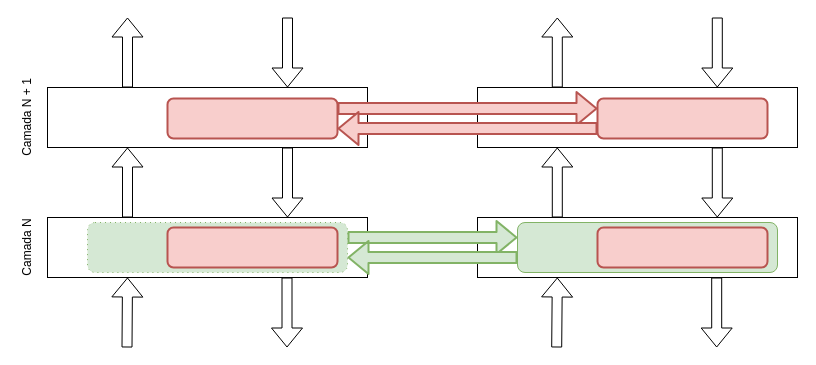
lasarojc/ds_notes keeps this draw.io diagram as page "Page-1" (1 of 3) of docs/drawings/pilha.drawio. Above is the earlier version. Source tidied: cells renumbered, new cells numbered last; positions are measured from the earlier drawing's top-left corner, leaving out a move shared by most shapes. Both pictures are drawn from the tidied source at 100%, with x=0, y=0 at pixel (-13, 17).
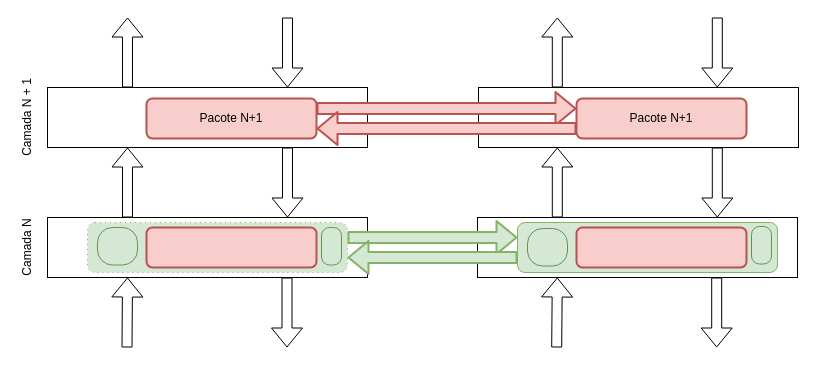
The same diagram, later.

What changed in the source:
```diff
@@
     <mxCell id="3" style="rounded=0;whiteSpace=wrap;html=1;" parent="1" vertex="1">
-      <mxGeometry x="490" y="70" width="320" height="60" as="geometry" />
+      <mxGeometry x="491" y="70" width="320" height="60" as="geometry" />
     </mxCell>
@@
     <mxCell id="16" style="rounded=1;whiteSpace=wrap;html=1;fillColor=#f8cecc;strokeColor=#b85450;strokeWidth=2;" parent="1" vertex="1">
-      <mxGeometry x="180" y="210" width="170" height="40" as="geometry" />
+      <mxGeometry x="159" y="210" width="170" height="40" as="geometry" />
     </mxCell>
     <mxCell id="17" style="rounded=1;whiteSpace=wrap;html=1;fillColor=#f8cecc;strokeColor=#b85450;strokeWidth=2;" parent="1" vertex="1">
-      <mxGeometry x="610" y="210" width="170" height="40" as="geometry" />
+      <mxGeometry x="589" y="210" width="170" height="40" as="geometry" />
     </mxCell>
@@
-    <mxCell id="19" style="rounded=1;whiteSpace=wrap;html=1;strokeColor=#b85450;fillColor=#f8cecc;strokeWidth=2;" parent="1" vertex="1">
-      <mxGeometry x="180" y="81" width="170" height="40" as="geometry" />
+    <mxCell id="19" value="Pacote N+1" style="rounded=1;whiteSpace=wrap;html=1;strokeColor=#b85450;fillColor=#f8cecc;strokeWidth=2;" parent="1" vertex="1">
+      <mxGeometry x="159" y="81" width="170" height="40" as="geometry" />
     </mxCell>
-    <mxCell id="20" style="rounded=1;whiteSpace=wrap;html=1;strokeColor=#b85450;fillColor=#f8cecc;strokeWidth=2;" parent="1" vertex="1">
-      <mxGeometry x="610" y="81" width="170" height="40" as="geometry" />
+    <mxCell id="20" value="Pacote N+1" style="rounded=1;whiteSpace=wrap;html=1;strokeColor=#b85450;fillColor=#f8cecc;strokeWidth=2;" parent="1" vertex="1">
+      <mxGeometry x="589" y="81" width="170" height="40" as="geometry" />
     </mxCell>
@@
+    <mxCell id="30" style="rounded=1;whiteSpace=wrap;html=1;fillColor=#d5e8d4;arcSize=40;strokeColor=#699151;" parent="1" vertex="1">
+      <mxGeometry x="110" y="210" width="40" height="37.5" as="geometry" />
+    </mxCell>
+    <mxCell id="31" style="rounded=1;whiteSpace=wrap;html=1;fillColor=#d5e8d4;arcSize=40;strokeColor=#699151;" parent="1" vertex="1">
+      <mxGeometry x="540" y="211" width="40" height="37.5" as="geometry" />
+    </mxCell>
+    <mxCell id="32" style="rounded=1;whiteSpace=wrap;html=1;fillColor=#d5e8d4;arcSize=40;strokeColor=#699151;" parent="1" vertex="1">
+      <mxGeometry x="334" y="210" width="20" height="37.5" as="geometry" />
+    </mxCell>
+    <mxCell id="33" style="rounded=1;whiteSpace=wrap;html=1;fillColor=#d5e8d4;arcSize=40;strokeColor=#699151;" parent="1" vertex="1">
+      <mxGeometry x="764" y="209" width="20" height="37.5" as="geometry" />
+    </mxCell>
```
